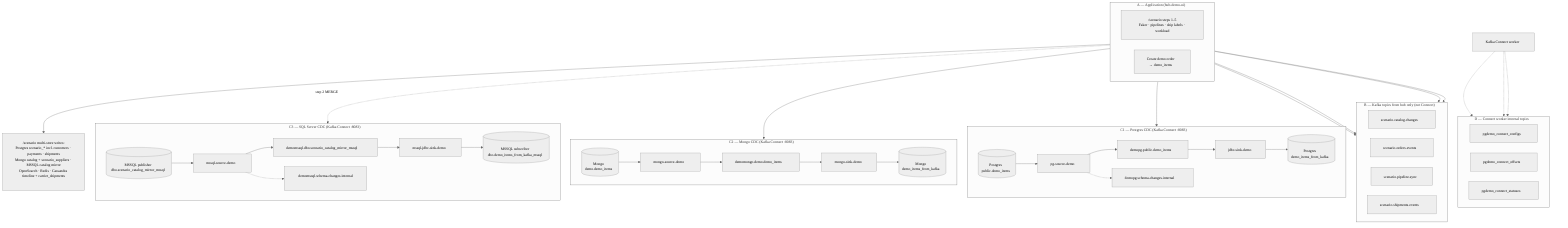
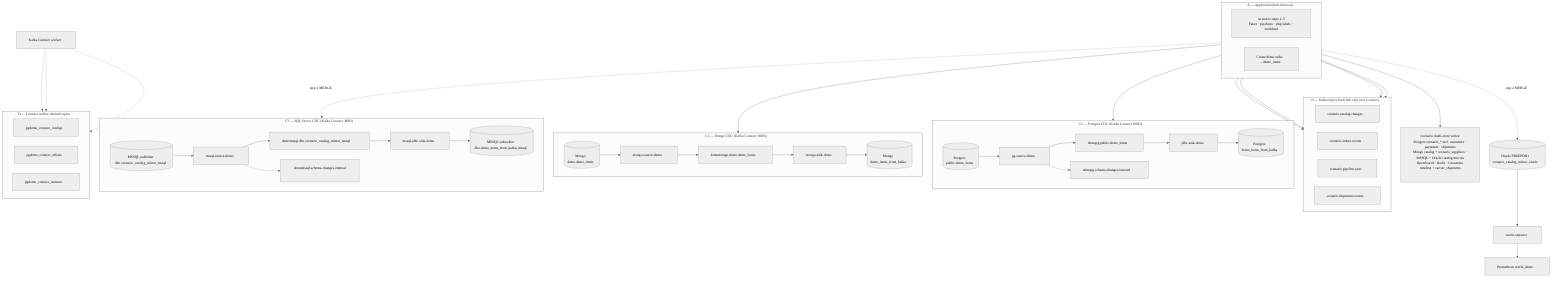
%% Multi-DB demo — print-friendly layout (landscape or fit-to-page PDF).
%% Topics/connectors: register-connectors.sh, register-mongo-connectors.sh, register-mssql-connectors.sh.
%%{init: {'theme': 'neutral', 'flowchart': {'nodeSpacing': 36, 'rankSpacing': 52, 'padding': 22, 'curve': 'basis'}, 'themeVariables': {'fontSize': '13px', 'fontFamily': 'ui-sans-serif, system-ui, sans-serif'}}}%%
flowchart TB
  subgraph SEC_A["A — Application (hub-demo-ui)"]
    direction LR
    UI["/scenario steps 1–5<br/>Faker · pipelines · ship labels · workload"]
    OD["Create demo order<br/>→ demo_items"]
  end

  subgraph SEC_B["B — Kafka topics from hub only (not Connect)"]
    direction LR
    T1[scenario.catalog.changes]
    T2[scenario.orders.events]
    T3[scenario.pipeline.sync]
    T4[scenario.shipments.events]
  end

  UI --> T1
  UI --> T2
  UI --> T3
  UI --> T4

-   WSTORES["/scenario multi-store writes:<br/>Postgres scenario_* incl. customers · payments · shipments<br/>Mongo catalog + scenario_suppliers · MSSQL catalog mirror<br/>OpenSearch · Redis · Cassandra timeline + carrier_shipments"]
+   WSTORES["/scenario multi-store writes:<br/>Postgres scenario_* incl. customers · payments · shipments<br/>Mongo catalog + scenario_suppliers · MSSQL + Oracle catalog mirrors<br/>OpenSearch · Redis · Cassandra timeline + carrier_shipments"]
  UI --> WSTORES

  PGdem[(Postgres<br/>public.demo_items)]
  MGdem[(Mongo<br/>demo.demo_items)]

  OD --> PGdem
  OD --> MGdem

  subgraph SEC_PG["C1 — Postgres CDC (Kafka Connect :8083)"]
    direction LR
    PGdem --> SRCpg[pg-source-demo]
    SRCpg --> TOPpg[demopg.public.demo_items]
    TOPpg --> SNKpg[jdbc-sink-demo]
    SNKpg --> PGsink[(Postgres<br/>demo_items_from_kafka)]
    SRCpg -.-> SCHpg[demopg.schema-changes.internal]
  end

  subgraph SEC_MG["C2 — Mongo CDC (Kafka Connect :8083)"]
    direction LR
    MGdem --> SRCmg[mongo-source-demo]
    SRCmg --> TOPmg[demomongo.demo.demo_items]
    TOPmg --> SNKmg[mongo-sink-demo]
    SNKmg --> MGsink[(Mongo<br/>demo_items_from_kafka)]
  end

  MSpub[(MSSQL publisher<br/>dbo.scenario_catalog_mirror_mssql)]
  UI -.->|"step 2 MERGE"| MSpub

+   ORA[(Oracle FREEPDB1<br/>scenario_catalog_mirror_oracle)]
+   UI -.->|"step 2 MERGE"| ORA
+   ORA --> OREXP[oracle-exporter]
+   OREXP --> PROMO[Prometheus oracle_demo]
+ 
  subgraph SEC_MS["C3 — SQL Server CDC (Kafka Connect :8083)"]
    direction LR
    MSpub --> SRCms[mssql-source-demo]
    SRCms --> TOPms[demomssql.dbo.scenario_catalog_mirror_mssql]
    TOPms --> SNKms[mssql-jdbc-sink-demo]
    SNKms --> MSsub[(MSSQL subscriber<br/>dbo.demo_items_from_kafka_mssql)]
    SRCms -.-> SCHms[demomssql.schema-changes.internal]
  end

  subgraph SEC_META["D — Connect worker internal topics"]
    direction LR
    Cf[pgdemo_connect_configs]
    Of[pgdemo_connect_offsets]
    Sf[pgdemo_connect_statuses]
  end

  KREST[Kafka Connect worker] -.-> Cf
  KREST -.-> Of
  KREST -.-> Sf
